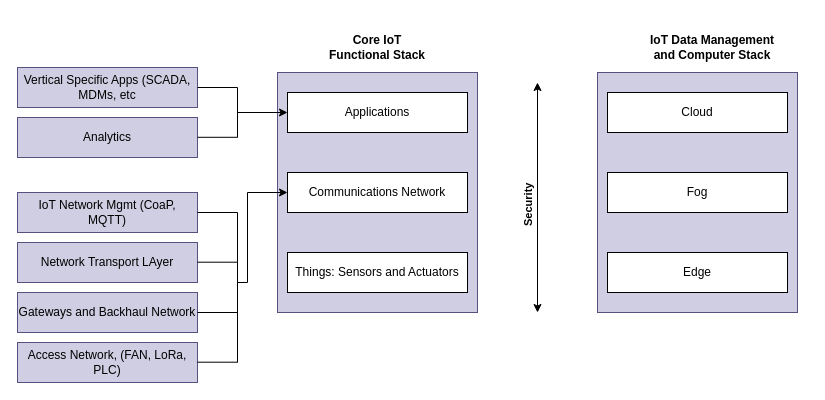
Earlier version of the draw.io diagram Cyber-physisches-System/img/img.drawio (labpa/Schule). Source tidied: cells renumbered, new cells numbered last; positions are measured from the earlier drawing's top-left corner, leaving out a move shared by most shapes. Both pictures are drawn from the tidied source at 100%, with x=0, y=0 at pixel (17, 32).
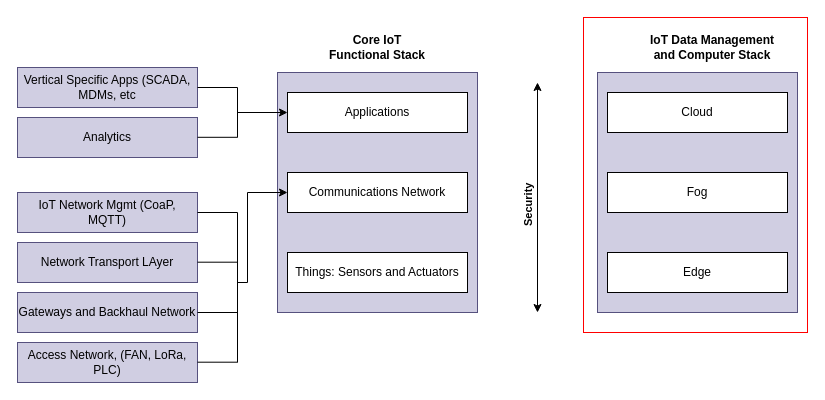
The same page after the edit.

Change to the diagram source:
```diff
@@
     <mxCell id="2" style="group;" parent="1" vertex="1">
-      <mxGeometry width="780" height="350" as="geometry" />
+      <mxGeometry width="790" height="350" as="geometry" />
     </mxCell>
+    <mxCell id="34" style="rounded=0;whiteSpace=wrap;html=1;strokeColor=#FF0000;" parent="2" vertex="1">
+      <mxGeometry x="566" y="-15" width="224" height="315" as="geometry" />
+    </mxCell>
```
